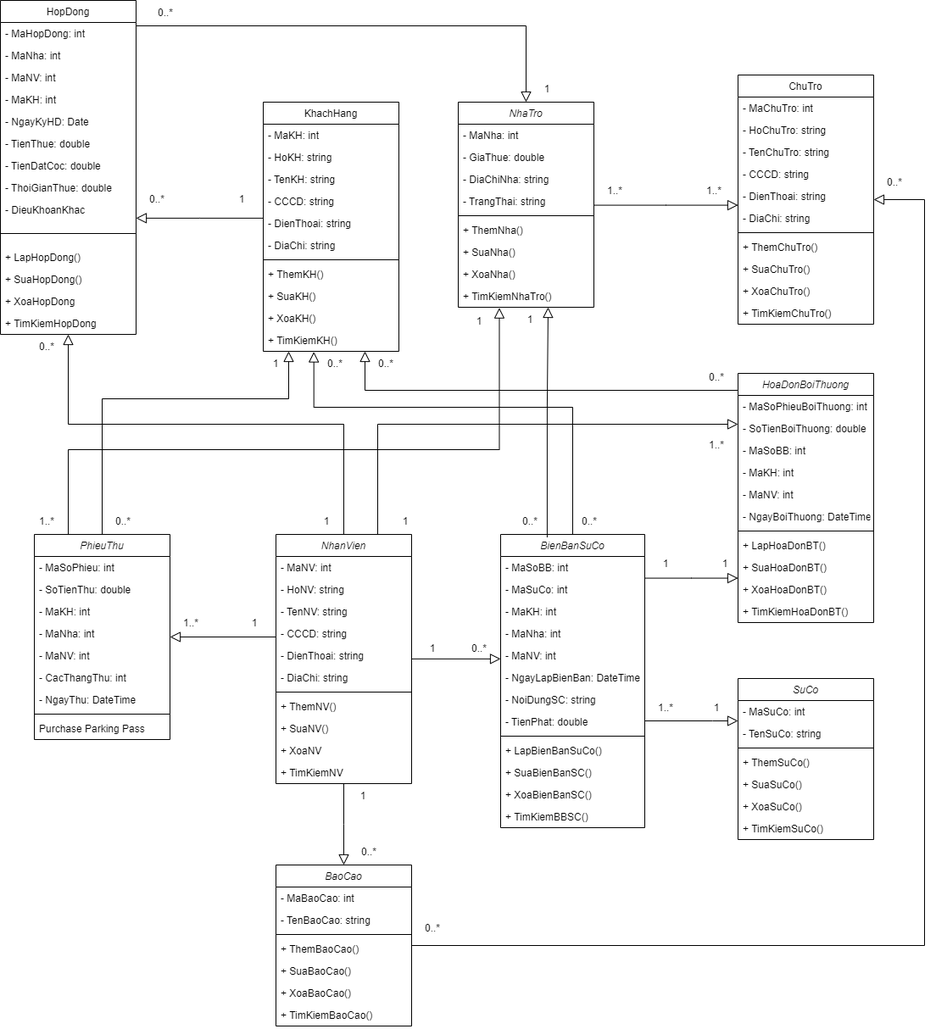
Nguyeniris123/DH22IT01OU keeps this draw.io diagram as Phân tích thiết kế hệ thống/Tuan7/Class.png. Above is the earlier version. Source tidied: cells renumbered, new cells last; positions are measured from the earlier drawing's top-left corner, leaving out a move shared by most shapes.
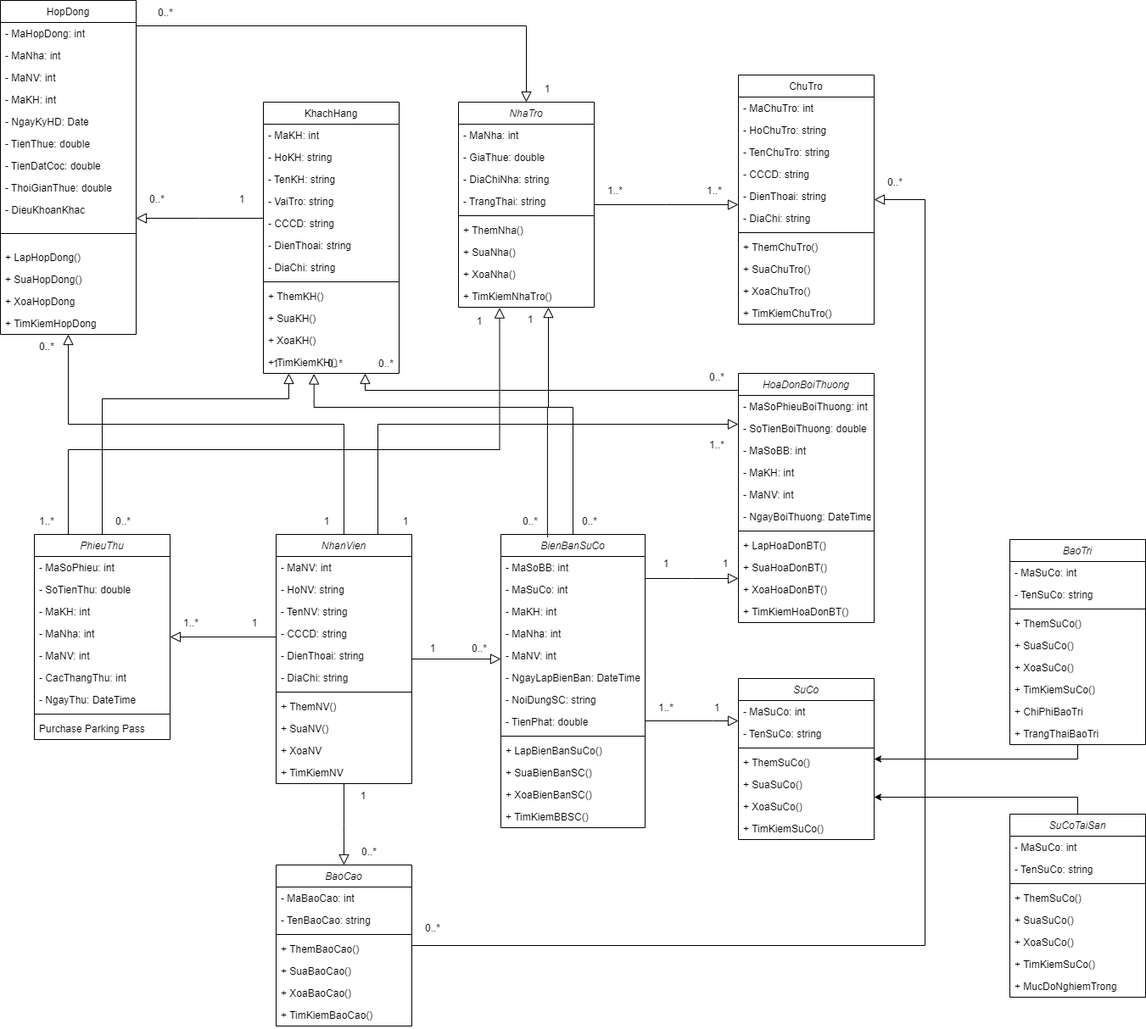
The same diagram one commit later.

What changed in the source:
```diff
@@ -130,7 +130,7 @@
       </mxGeometry>
     </mxCell>
     <mxCell id="43" value="KhachHang" style="swimlane;fontStyle=0;align=center;verticalAlign=top;horizontal=1;startSize=26;rounded=0;shadow=0;strokeWidth=1;" parent="1" vertex="1">
-      <mxGeometry x="310" y="120" width="160" height="294" as="geometry" />
+      <mxGeometry x="310" y="120" width="160" height="320" as="geometry" />
     </mxCell>
     <mxCell id="44" value="- MaKH: int" style="text;align=left;verticalAlign=top;spacingLeft=4;spacingRight=4;overflow=hidden;" parent="43" vertex="1">
       <mxGeometry y="26" width="160" height="26" as="geometry" />
@@ -141,29 +141,32 @@
     <mxCell id="46" value="- TenKH: string" style="text;align=left;verticalAlign=top;spacingLeft=4;spacingRight=4;overflow=hidden;rounded=0;shadow=0;html=0;" parent="43" vertex="1">
       <mxGeometry y="78" width="160" height="26" as="geometry" />
     </mxCell>
+    <mxCell id="163" value="- VaiTro: string" style="text;align=left;verticalAlign=top;spacingLeft=4;spacingRight=4;overflow=hidden;rounded=0;shadow=0;html=0;" parent="43" vertex="1">
+      <mxGeometry y="104" width="160" height="26" as="geometry" />
+    </mxCell>
     <mxCell id="47" value="- CCCD: string" style="text;align=left;verticalAlign=top;spacingLeft=4;spacingRight=4;overflow=hidden;rounded=0;shadow=0;html=0;" parent="43" vertex="1">
-      <mxGeometry y="104" width="160" height="26" as="geometry" />
+      <mxGeometry y="130" width="160" height="26" as="geometry" />
     </mxCell>
     <mxCell id="48" value="- DienThoai: string" style="text;align=left;verticalAlign=top;spacingLeft=4;spacingRight=4;overflow=hidden;rounded=0;shadow=0;html=0;" parent="43" vertex="1">
-      <mxGeometry y="130" width="160" height="26" as="geometry" />
+      <mxGeometry y="156" width="160" height="26" as="geometry" />
     </mxCell>
     <mxCell id="49" value="- DiaChi: string" style="text;align=left;verticalAlign=top;spacingLeft=4;spacingRight=4;overflow=hidden;rounded=0;shadow=0;html=0;" parent="43" vertex="1">
-      <mxGeometry y="156" width="160" height="26" as="geometry" />
+      <mxGeometry y="182" width="160" height="26" as="geometry" />
     </mxCell>
     <mxCell id="50" style="line;html=1;strokeWidth=1;align=left;verticalAlign=middle;spacingTop=-1;spacingLeft=3;spacingRight=3;labelPosition=right;" parent="43" vertex="1">
-      <mxGeometry y="182" width="160" height="8" as="geometry" />
+      <mxGeometry y="208" width="160" height="8" as="geometry" />
     </mxCell>
     <mxCell id="51" value="+ ThemKH()" style="text;align=left;verticalAlign=top;spacingLeft=4;spacingRight=4;overflow=hidden;rounded=0;shadow=0;html=0;" parent="43" vertex="1">
-      <mxGeometry y="190" width="160" height="26" as="geometry" />
+      <mxGeometry y="216" width="160" height="26" as="geometry" />
     </mxCell>
     <mxCell id="52" value="+ SuaKH()" style="text;align=left;verticalAlign=top;spacingLeft=4;spacingRight=4;overflow=hidden;rounded=0;shadow=0;html=0;" parent="43" vertex="1">
-      <mxGeometry y="216" width="160" height="26" as="geometry" />
+      <mxGeometry y="242" width="160" height="26" as="geometry" />
     </mxCell>
     <mxCell id="53" value="+ XoaKH()" style="text;align=left;verticalAlign=top;spacingLeft=4;spacingRight=4;overflow=hidden;rounded=0;shadow=0;html=0;" parent="43" vertex="1">
-      <mxGeometry y="242" width="160" height="26" as="geometry" />
+      <mxGeometry y="268" width="160" height="26" as="geometry" />
     </mxCell>
     <mxCell id="54" value="+ TimKiemKH()" style="text;align=left;verticalAlign=top;spacingLeft=4;spacingRight=4;overflow=hidden;points=[[0,0.5],[1,0.5]];portConstraint=eastwest;rounded=0;shadow=0;html=0;" parent="43" vertex="1">
-      <mxGeometry y="268" width="160" height="26" as="geometry" />
+      <mxGeometry y="294" width="160" height="26" as="geometry" />
     </mxCell>
     <mxCell id="55" value="NhaTro" style="swimlane;fontStyle=2;align=center;verticalAlign=top;horizontal=1;startSize=26;rounded=0;shadow=0;strokeWidth=1;" parent="1" vertex="1">
       <mxGeometry x="540" y="120" width="160" height="242" as="geometry" />
@@ -525,5 +528,76 @@
     <mxCell id="162" value="1" style="text;html=1;align=center;verticalAlign=middle;whiteSpace=wrap;rounded=0;" parent="1" vertex="1">
       <mxGeometry x="760" y="650" width="50" height="30" as="geometry" />
     </mxCell>
+    <mxCell id="164" style="edgeStyle=orthogonalEdgeStyle;rounded=0;jettySize=auto;html=1;" parent="1" edge="1" source="165" target="65">
+      <mxGeometry relative="1" as="geometry">
+        <Array as="points">
+          <mxPoint x="1270" y="940" />
+        </Array>
+      </mxGeometry>
+    </mxCell>
+    <mxCell id="165" value="SuCoTaiSan" style="swimlane;fontStyle=2;align=center;verticalAlign=top;horizontal=1;startSize=26;rounded=0;shadow=0;strokeWidth=1;" parent="1" vertex="1">
+      <mxGeometry x="1190" y="960" width="160" height="216" as="geometry" />
+    </mxCell>
+    <mxCell id="166" value="- MaSuCo: int" style="text;align=left;verticalAlign=top;spacingLeft=4;spacingRight=4;overflow=hidden;" parent="165" vertex="1">
+      <mxGeometry y="26" width="160" height="26" as="geometry" />
+    </mxCell>
+    <mxCell id="167" value="- TenSuCo: string" style="text;align=left;verticalAlign=top;spacingLeft=4;spacingRight=4;overflow=hidden;rounded=0;shadow=0;html=0;" parent="165" vertex="1">
+      <mxGeometry y="52" width="160" height="26" as="geometry" />
+    </mxCell>
+    <mxCell id="168" style="line;html=1;strokeWidth=1;align=left;verticalAlign=middle;spacingTop=-1;spacingLeft=3;spacingRight=3;labelPosition=right;" parent="165" vertex="1">
+      <mxGeometry y="78" width="160" height="8" as="geometry" />
+    </mxCell>
+    <mxCell id="169" value="+ ThemSuCo()" style="text;align=left;verticalAlign=top;spacingLeft=4;spacingRight=4;overflow=hidden;rounded=0;shadow=0;html=0;" parent="165" vertex="1">
+      <mxGeometry y="86" width="160" height="26" as="geometry" />
+    </mxCell>
+    <mxCell id="170" value="+ SuaSuCo()" style="text;align=left;verticalAlign=top;spacingLeft=4;spacingRight=4;overflow=hidden;rounded=0;shadow=0;html=0;" parent="165" vertex="1">
+      <mxGeometry y="112" width="160" height="26" as="geometry" />
+    </mxCell>
+    <mxCell id="171" value="+ XoaSuCo()" style="text;align=left;verticalAlign=top;spacingLeft=4;spacingRight=4;overflow=hidden;rounded=0;shadow=0;html=0;" parent="165" vertex="1">
+      <mxGeometry y="138" width="160" height="26" as="geometry" />
+    </mxCell>
+    <mxCell id="172" value="+ TimKiemSuCo()" style="text;align=left;verticalAlign=top;spacingLeft=4;spacingRight=4;overflow=hidden;rounded=0;shadow=0;html=0;" parent="165" vertex="1">
+      <mxGeometry y="164" width="160" height="26" as="geometry" />
+    </mxCell>
+    <mxCell id="173" value="+ MucDoNghiemTrong" style="text;align=left;verticalAlign=top;spacingLeft=4;spacingRight=4;overflow=hidden;rounded=0;shadow=0;html=0;" parent="165" vertex="1">
+      <mxGeometry y="190" width="160" height="26" as="geometry" />
+    </mxCell>
+    <mxCell id="174" style="edgeStyle=orthogonalEdgeStyle;rounded=0;jettySize=auto;html=1;" parent="1" edge="1" source="175" target="65">
+      <mxGeometry relative="1" as="geometry">
+        <Array as="points">
+          <mxPoint x="1270" y="895" />
+        </Array>
+      </mxGeometry>
+    </mxCell>
+    <mxCell id="175" value="BaoTri" style="swimlane;fontStyle=2;align=center;verticalAlign=top;horizontal=1;startSize=26;rounded=0;shadow=0;strokeWidth=1;" parent="1" vertex="1">
+      <mxGeometry x="1190" y="636" width="160" height="242" as="geometry" />
+    </mxCell>
+    <mxCell id="176" value="- MaSuCo: int" style="text;align=left;verticalAlign=top;spacingLeft=4;spacingRight=4;overflow=hidden;" parent="175" vertex="1">
+      <mxGeometry y="26" width="160" height="26" as="geometry" />
+    </mxCell>
+    <mxCell id="177" value="- TenSuCo: string" style="text;align=left;verticalAlign=top;spacingLeft=4;spacingRight=4;overflow=hidden;rounded=0;shadow=0;html=0;" parent="175" vertex="1">
+      <mxGeometry y="52" width="160" height="26" as="geometry" />
+    </mxCell>
+    <mxCell id="178" style="line;html=1;strokeWidth=1;align=left;verticalAlign=middle;spacingTop=-1;spacingLeft=3;spacingRight=3;labelPosition=right;" parent="175" vertex="1">
+      <mxGeometry y="78" width="160" height="8" as="geometry" />
+    </mxCell>
+    <mxCell id="179" value="+ ThemSuCo()" style="text;align=left;verticalAlign=top;spacingLeft=4;spacingRight=4;overflow=hidden;rounded=0;shadow=0;html=0;" parent="175" vertex="1">
+      <mxGeometry y="86" width="160" height="26" as="geometry" />
+    </mxCell>
+    <mxCell id="180" value="+ SuaSuCo()" style="text;align=left;verticalAlign=top;spacingLeft=4;spacingRight=4;overflow=hidden;rounded=0;shadow=0;html=0;" parent="175" vertex="1">
+      <mxGeometry y="112" width="160" height="26" as="geometry" />
+    </mxCell>
+    <mxCell id="181" value="+ XoaSuCo()" style="text;align=left;verticalAlign=top;spacingLeft=4;spacingRight=4;overflow=hidden;rounded=0;shadow=0;html=0;" parent="175" vertex="1">
+      <mxGeometry y="138" width="160" height="26" as="geometry" />
+    </mxCell>
+    <mxCell id="182" value="+ TimKiemSuCo()" style="text;align=left;verticalAlign=top;spacingLeft=4;spacingRight=4;overflow=hidden;rounded=0;shadow=0;html=0;" parent="175" vertex="1">
+      <mxGeometry y="164" width="160" height="26" as="geometry" />
+    </mxCell>
+    <mxCell id="183" value="+ ChiPhiBaoTri" style="text;align=left;verticalAlign=top;spacingLeft=4;spacingRight=4;overflow=hidden;rounded=0;shadow=0;html=0;" parent="175" vertex="1">
+      <mxGeometry y="190" width="160" height="26" as="geometry" />
+    </mxCell>
+    <mxCell id="184" value="+ TrangThaiBaoTri" style="text;align=left;verticalAlign=top;spacingLeft=4;spacingRight=4;overflow=hidden;rounded=0;shadow=0;html=0;" parent="175" vertex="1">
+      <mxGeometry y="216" width="160" height="26" as="geometry" />
+    </mxCell>
   </root>
 </mxGraphModel>
```
